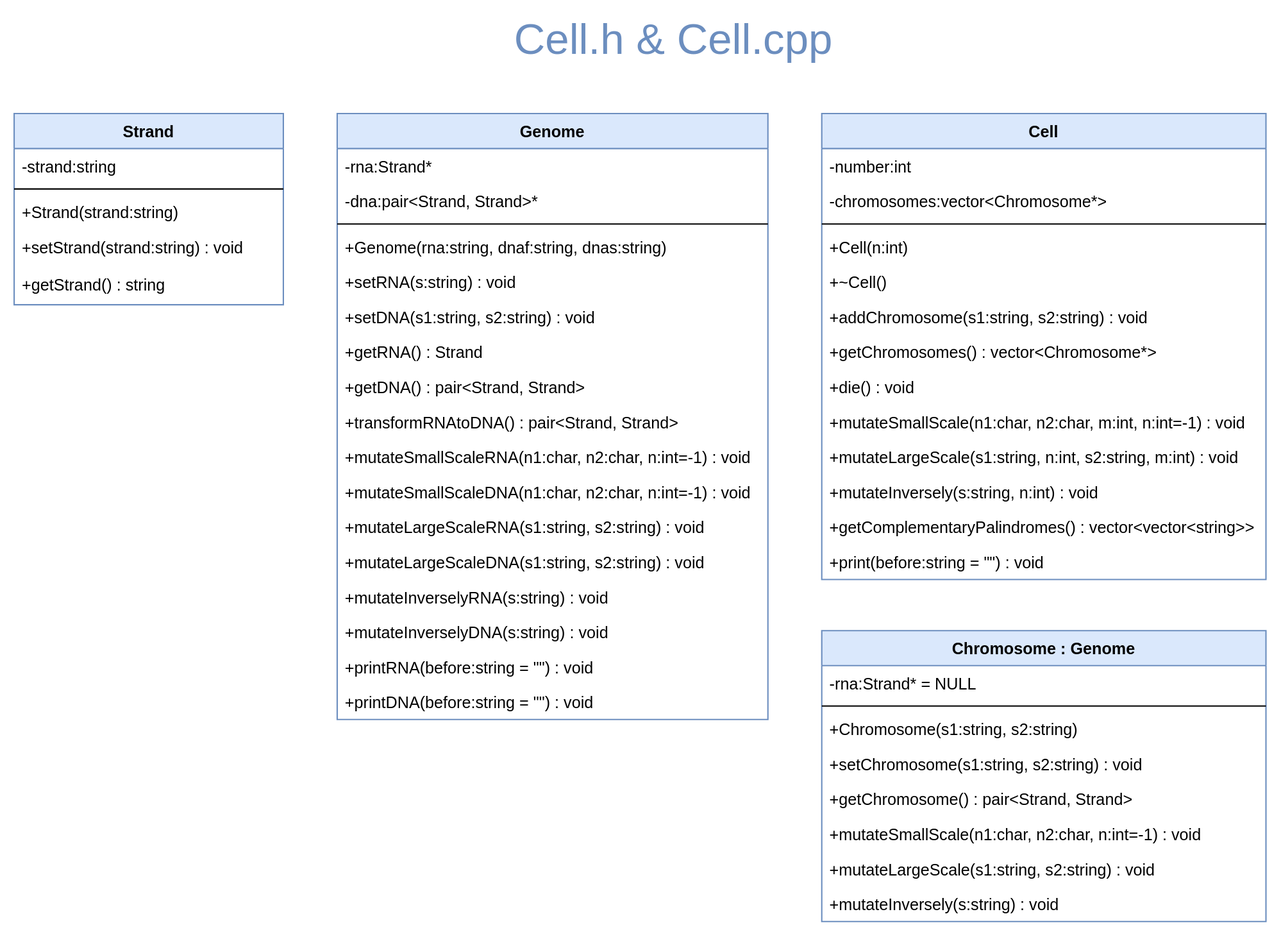
This is schema/classes/Cell.drawio.svg from k-forghani/class-of-life, a draw.io export, as it was before one commit. Source tidied: cells renumbered, new cells last; positions are measured from the earlier drawing's top-left corner, leaving out a move shared by most shapes.
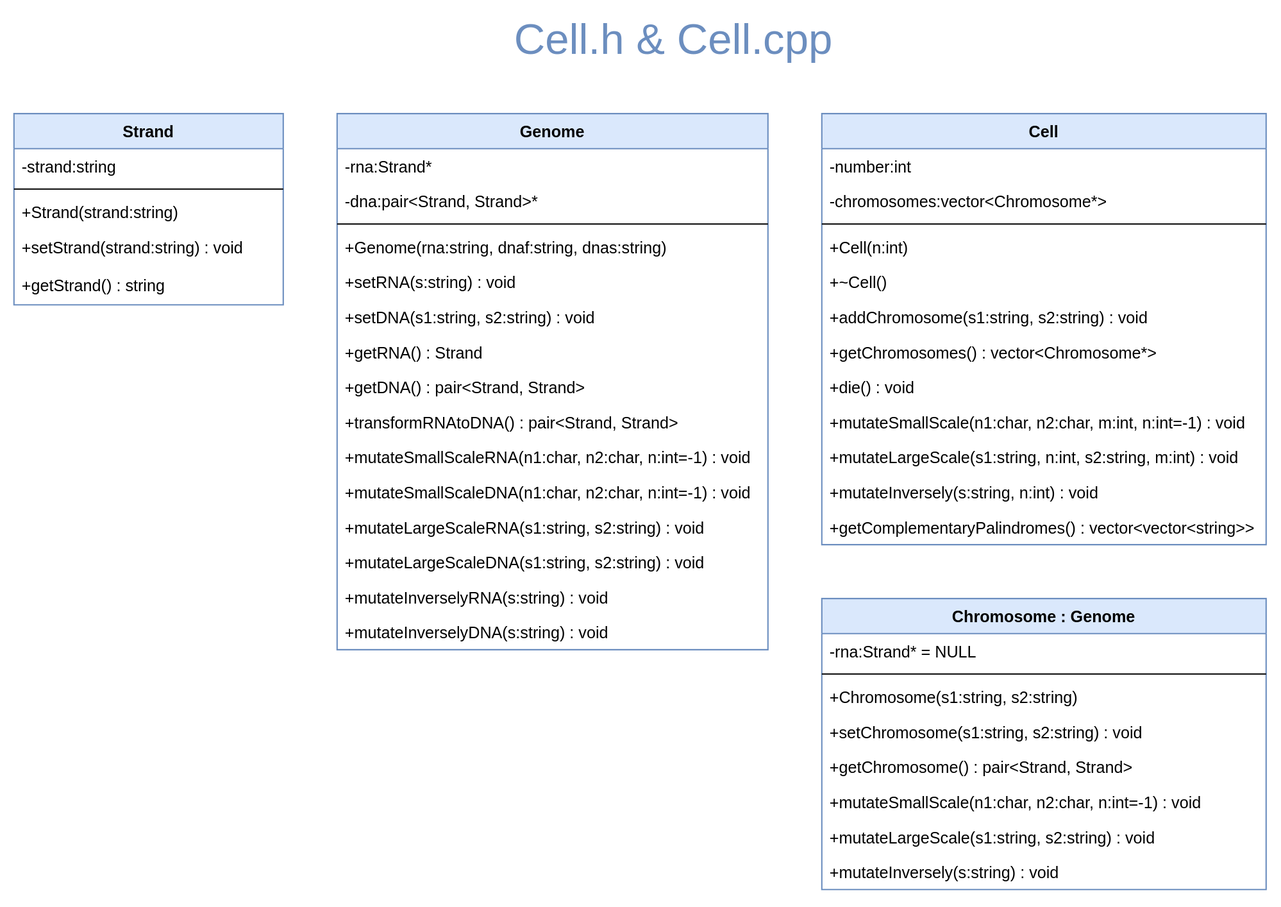
The same diagram one commit later.

The edit, as a diff of the source:
```diff
@@ -3,7 +3,7 @@
     <mxCell id="0" />
     <mxCell id="1" parent="0" />
     <mxCell id="2" value="Genome" style="swimlane;fontStyle=1;align=center;verticalAlign=top;horizontal=1;startSize=26;rounded=0;shadow=0;strokeWidth=1;fillColor=#dae8fc;strokeColor=#6c8ebf;gradientColor=none;swimlaneFillColor=default;" parent="1" vertex="1">
-      <mxGeometry x="240" y="70" width="320" height="450" as="geometry" />
+      <mxGeometry x="240" y="70" width="320" height="398" as="geometry" />
     </mxCell>
     <mxCell id="3" value="-rna:Strand*" style="text;align=left;verticalAlign=top;spacingLeft=4;spacingRight=4;overflow=hidden;" parent="2" vertex="1">
       <mxGeometry y="26" width="320" height="26" as="geometry" />
@@ -50,14 +50,8 @@
     <mxCell id="17" value="+mutateInverselyDNA(s:string) : void" style="text;align=left;verticalAlign=top;spacingLeft=4;spacingRight=4;overflow=hidden;" parent="2" vertex="1">
       <mxGeometry y="372" width="320" height="26" as="geometry" />
     </mxCell>
-    <mxCell id="18" value="+printRNA(before:string = &quot;&quot;) : void" style="text;align=left;verticalAlign=top;spacingLeft=4;spacingRight=4;overflow=hidden;" parent="2" vertex="1">
-      <mxGeometry y="398" width="320" height="26" as="geometry" />
-    </mxCell>
-    <mxCell id="19" value="+printDNA(before:string = &quot;&quot;) : void" style="text;align=left;verticalAlign=top;spacingLeft=4;spacingRight=4;overflow=hidden;" parent="2" vertex="1">
-      <mxGeometry y="424" width="320" height="26" as="geometry" />
-    </mxCell>
     <mxCell id="20" value="Chromosome : Genome" style="swimlane;fontStyle=1;align=center;verticalAlign=top;horizontal=1;startSize=26;rounded=0;shadow=0;strokeWidth=1;fillColor=#dae8fc;strokeColor=#6c8ebf;swimlaneFillColor=default;" parent="1" vertex="1">
-      <mxGeometry x="600" y="454" width="330" height="216" as="geometry" />
+      <mxGeometry x="600" y="430" width="330" height="216" as="geometry" />
     </mxCell>
     <mxCell id="21" value="-rna:Strand* = NULL" style="text;align=left;verticalAlign=top;spacingLeft=4;spacingRight=4;overflow=hidden;" parent="20" vertex="1">
       <mxGeometry y="26" width="330" height="26" as="geometry" />
@@ -102,7 +96,7 @@
       <mxGeometry y="114" width="200" height="28" as="geometry" />
     </mxCell>
     <mxCell id="35" value="Cell" style="swimlane;fontStyle=1;align=center;verticalAlign=top;horizontal=1;startSize=26;rounded=0;shadow=0;strokeWidth=1;fillColor=#dae8fc;strokeColor=#6c8ebf;swimlaneFillColor=default;" parent="1" vertex="1">
-      <mxGeometry x="600" y="70" width="330" height="346" as="geometry" />
+      <mxGeometry x="600" y="70" width="330" height="320" as="geometry" />
     </mxCell>
     <mxCell id="36" value="-number:int" style="text;align=left;verticalAlign=top;spacingLeft=4;spacingRight=4;overflow=hidden;" parent="35" vertex="1">
       <mxGeometry y="26" width="330" height="26" as="geometry" />
@@ -140,9 +134,6 @@
     <mxCell id="47" value="+getComplementaryPalindromes() : vector&lt;vector&lt;string&gt;&gt;" style="text;align=left;verticalAlign=top;spacingLeft=4;spacingRight=4;overflow=hidden;" parent="35" vertex="1">
       <mxGeometry y="294" width="330" height="26" as="geometry" />
     </mxCell>
-    <mxCell id="48" value="+print(before:string = &quot;&quot;) : void" style="text;align=left;verticalAlign=top;spacingLeft=4;spacingRight=4;overflow=hidden;" parent="35" vertex="1">
-      <mxGeometry y="320" width="330" height="26" as="geometry" />
-    </mxCell>
     <mxCell id="49" value="&lt;span style=&quot;font-size: 32px;&quot;&gt;Cell.h&lt;/span&gt; &amp;amp; &lt;span style=&quot;font-size: 32px;&quot;&gt;Cell.cpp&lt;/span&gt;" style="text;html=1;strokeColor=none;fillColor=none;align=center;verticalAlign=middle;whiteSpace=wrap;rounded=0;fontSize=32;fontColor=#6C8EBF;" parent="1" vertex="1">
       <mxGeometry x="330" width="320" height="30" as="geometry" />
     </mxCell>
```
